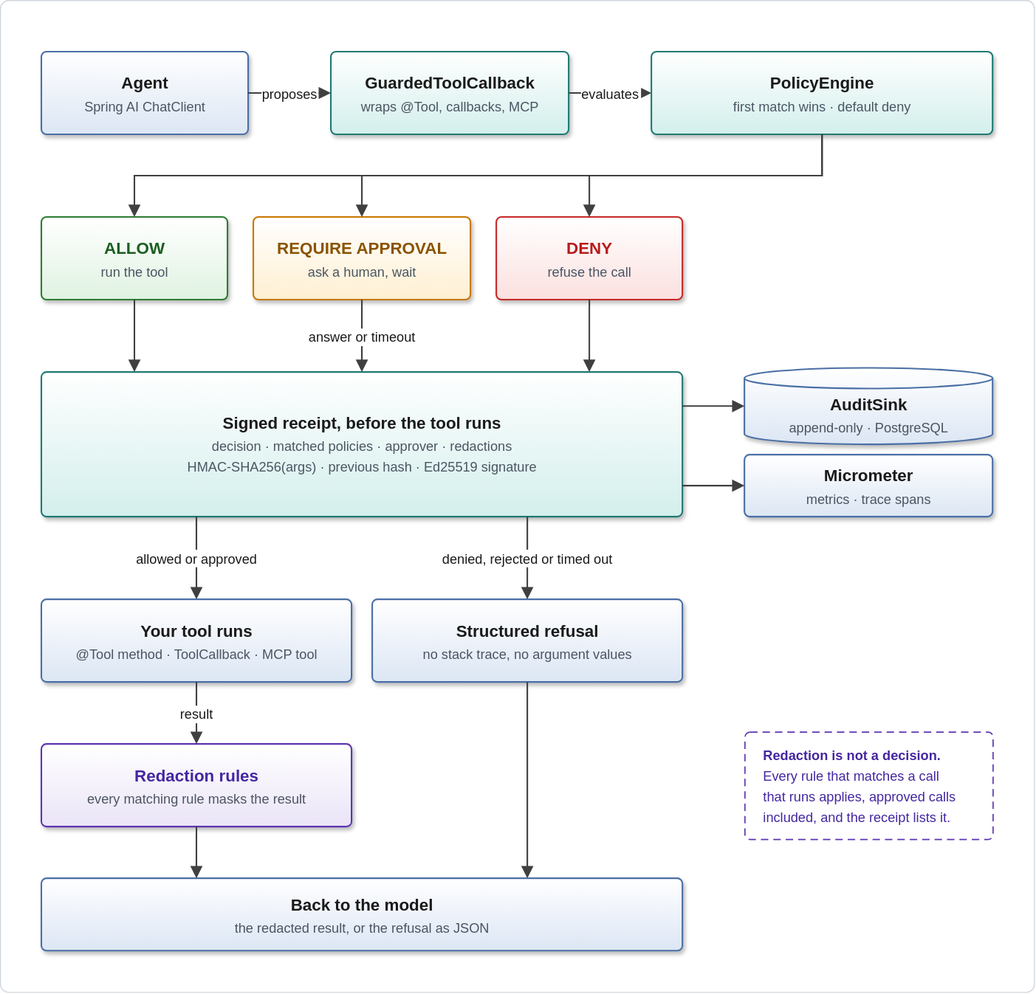
This is docs/images/tool-call-flow.drawio.svg from dvchinx/countersign, a draw.io export, as it was before one commit. Source tidied: cells renumbered, new cells last; positions are measured from the earlier drawing's top-left corner, leaving out a move shared by most shapes.
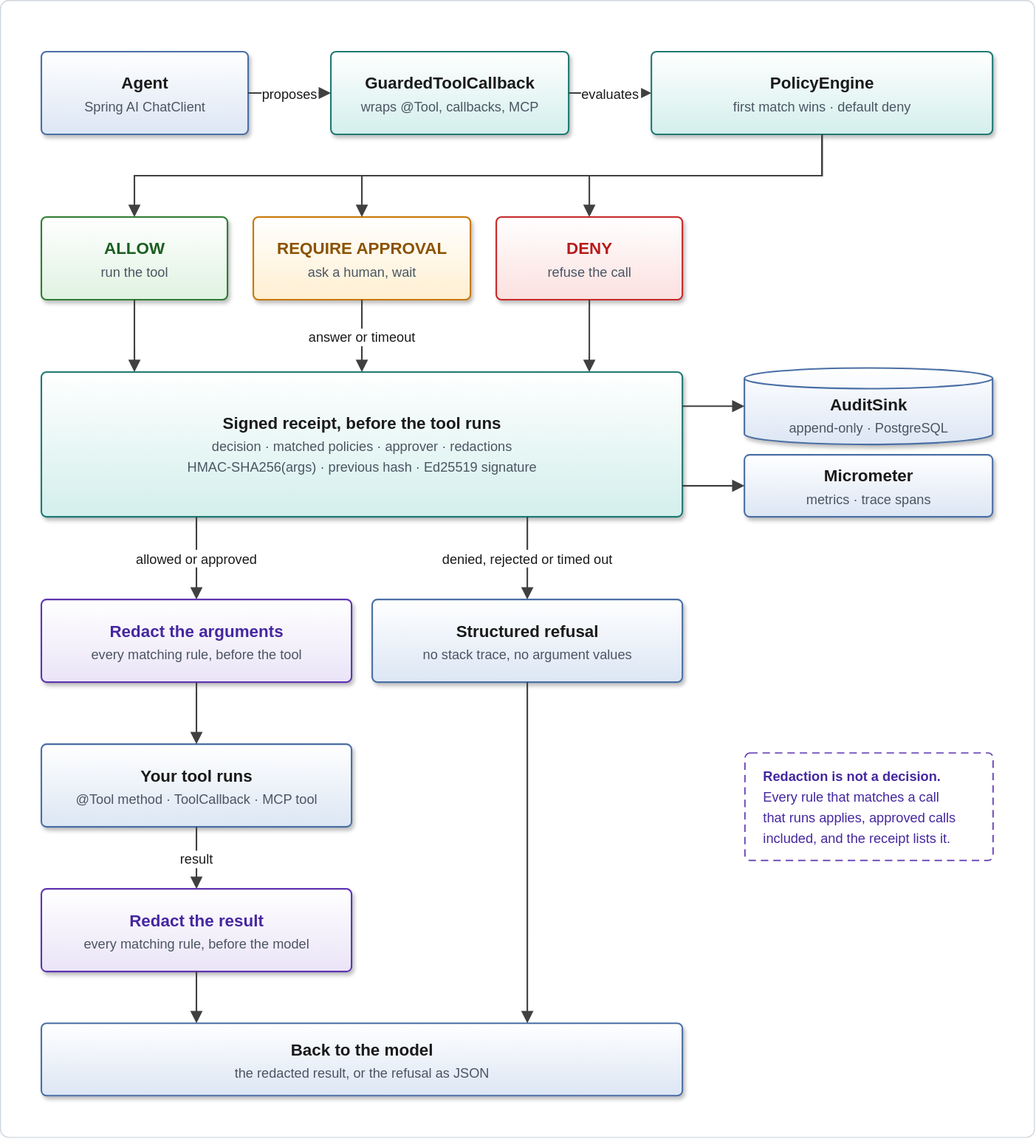
After the change.

Diff of the diagram source:
```diff
@@ -3,7 +3,7 @@
     <mxCell id="0" />
     <mxCell id="1" parent="0" />
     <mxCell id="2" style="rounded=1;absoluteArcSize=1;arcSize=16;fillColor=#FFFFFF;strokeColor=#D0D7DE;strokeWidth=1;html=0;" parent="1" vertex="1">
-      <mxGeometry width="1000" height="960" as="geometry" />
+      <mxGeometry width="1000" height="1100" as="geometry" />
     </mxCell>
     <mxCell id="3" style="rounded=1;absoluteArcSize=1;arcSize=10;dashed=0;fontSize=1;fillColor=#FFFFFF;strokeColor=#4A6FA5;strokeWidth=1.5;shadow=1;gradientColor=#DCE6F4;gradientDirection=south;html=0;" parent="1" vertex="1">
       <mxGeometry x="40" y="50" width="200" height="80" as="geometry" />
@@ -119,13 +119,13 @@
     <mxCell id="40" style="edgeStyle=orthogonalEdgeStyle;rounded=0;endArrow=block;endFill=1;endSize=8;strokeColor=#404040;strokeWidth=1.5;fontColor=#1A1A1A;fontSize=13;fontFamily=Helvetica;labelBackgroundColor=#FFFFFF;exitX=1.0000;exitY=0.7857;entryX=0.0000;entryY=0.5000;html=0;" parent="1" edge="1" source="26" target="36">
       <mxGeometry relative="1" as="geometry" />
     </mxCell>
-    <mxCell id="41" style="rounded=1;absoluteArcSize=1;arcSize=10;dashed=0;fontSize=1;fillColor=#FFFFFF;strokeColor=#4A6FA5;strokeWidth=1.5;shadow=1;gradientColor=#DCE6F4;gradientDirection=south;html=0;" parent="1" vertex="1">
+    <mxCell id="41" style="rounded=1;absoluteArcSize=1;arcSize=10;dashed=0;fontSize=1;fillColor=#FFFFFF;strokeColor=#5E35B1;strokeWidth=1.5;shadow=1;gradientColor=#EAE4F7;gradientDirection=south;html=0;" parent="1" vertex="1">
       <mxGeometry x="40" y="580" width="300" height="80" as="geometry" />
     </mxCell>
-    <mxCell id="42" value="Your tool runs" style="text;strokeColor=none;fillColor=none;fontColor=#1A1A1A;fontSize=16;fontStyle=1;fontFamily=Helvetica;align=center;verticalAlign=middle;html=0;" parent="1" vertex="1">
+    <mxCell id="42" value="Redact the arguments" style="text;strokeColor=none;fillColor=none;fontColor=#4527A0;fontSize=16;fontStyle=1;fontFamily=Helvetica;align=center;verticalAlign=middle;html=0;" parent="1" vertex="1">
       <mxGeometry x="40" y="598" width="300" height="22" as="geometry" />
     </mxCell>
-    <mxCell id="43" value="@Tool method · ToolCallback · MCP tool" style="text;strokeColor=none;fillColor=none;fontColor=#4B5563;fontSize=13;fontStyle=0;fontFamily=Helvetica;align=center;verticalAlign=middle;html=0;" parent="1" vertex="1">
+    <mxCell id="43" value="every matching rule, before the tool" style="text;strokeColor=none;fillColor=none;fontColor=#4B5563;fontSize=13;fontStyle=0;fontFamily=Helvetica;align=center;verticalAlign=middle;html=0;" parent="1" vertex="1">
       <mxGeometry x="40" y="622" width="300" height="20" as="geometry" />
     </mxCell>
     <mxCell id="44" style="rounded=1;absoluteArcSize=1;arcSize=10;dashed=0;fontSize=1;fillColor=#FFFFFF;strokeColor=#4A6FA5;strokeWidth=1.5;shadow=1;gradientColor=#DCE6F4;gradientDirection=south;html=0;" parent="1" vertex="1">
@@ -140,50 +140,62 @@
     <mxCell id="47" value="allowed or approved" style="edgeStyle=orthogonalEdgeStyle;rounded=0;endArrow=block;endFill=1;endSize=8;strokeColor=#404040;strokeWidth=1.5;fontColor=#1A1A1A;fontSize=13;fontFamily=Helvetica;labelBackgroundColor=#FFFFFF;exitX=0.2419;exitY=1.0000;entryX=0.5000;entryY=0.0000;html=0;" parent="1" edge="1" source="26" target="41">
       <mxGeometry relative="1" as="geometry" />
     </mxCell>
-    <mxCell id="48" value="denied, rejected or timed out" style="edgeStyle=orthogonalEdgeStyle;rounded=0;endArrow=block;endFill=1;endSize=8;strokeColor=#404040;strokeWidth=1.5;fontColor=#1A1A1A;fontSize=13;fontFamily=Helvetica;labelBackgroundColor=#FFFFFF;exitX=0.7581;exitY=1.0000;entryX=0.5000;entryY=0.0000;html=0;" parent="1" edge="1" source="26" target="44">
-      <mxGeometry relative="1" as="geometry" />
+    <mxCell id="48" style="rounded=1;absoluteArcSize=1;arcSize=10;dashed=0;fontSize=1;fillColor=#FFFFFF;strokeColor=#4A6FA5;strokeWidth=1.5;shadow=1;gradientColor=#DCE6F4;gradientDirection=south;html=0;" parent="1" vertex="1">
+      <mxGeometry x="40" y="720" width="300" height="80" as="geometry" />
     </mxCell>
-    <mxCell id="49" style="rounded=1;absoluteArcSize=1;arcSize=10;dashed=0;fontSize=1;fillColor=#FFFFFF;strokeColor=#5E35B1;strokeWidth=1.5;shadow=1;gradientColor=#EAE4F7;gradientDirection=south;html=0;" parent="1" vertex="1">
-      <mxGeometry x="40" y="720" width="300" height="80" as="geometry" />
+    <mxCell id="49" value="Your tool runs" style="text;strokeColor=none;fillColor=none;fontColor=#1A1A1A;fontSize=16;fontStyle=1;fontFamily=Helvetica;align=center;verticalAlign=middle;html=0;" parent="1" vertex="1">
+      <mxGeometry x="40" y="738" width="300" height="22" as="geometry" />
     </mxCell>
-    <mxCell id="50" value="Redaction rules" style="text;strokeColor=none;fillColor=none;fontColor=#4527A0;fontSize=16;fontStyle=1;fontFamily=Helvetica;align=center;verticalAlign=middle;html=0;" parent="1" vertex="1">
-      <mxGeometry x="40" y="738" width="300" height="22" as="geometry" />
+    <mxCell id="50" value="@Tool method · ToolCallback · MCP tool" style="text;strokeColor=none;fillColor=none;fontColor=#4B5563;fontSize=13;fontStyle=0;fontFamily=Helvetica;align=center;verticalAlign=middle;html=0;" parent="1" vertex="1">
+      <mxGeometry x="40" y="762" width="300" height="20" as="geometry" />
     </mxCell>
-    <mxCell id="51" value="every matching rule masks the result" style="text;strokeColor=none;fillColor=none;fontColor=#4B5563;fontSize=13;fontStyle=0;fontFamily=Helvetica;align=center;verticalAlign=middle;html=0;" parent="1" vertex="1">
-      <mxGeometry x="40" y="762" width="300" height="20" as="geometry" />
+    <mxCell id="51" style="edgeStyle=orthogonalEdgeStyle;rounded=0;endArrow=block;endFill=1;endSize=8;strokeColor=#404040;strokeWidth=1.5;fontColor=#1A1A1A;fontSize=13;fontFamily=Helvetica;labelBackgroundColor=#FFFFFF;exitX=0.5000;exitY=1.0000;entryX=0.5000;entryY=0.0000;html=0;" parent="1" edge="1" source="41" target="48">
+      <mxGeometry relative="1" as="geometry" />
     </mxCell>
-    <mxCell id="52" value="result" style="edgeStyle=orthogonalEdgeStyle;rounded=0;endArrow=block;endFill=1;endSize=8;strokeColor=#404040;strokeWidth=1.5;fontColor=#1A1A1A;fontSize=13;fontFamily=Helvetica;labelBackgroundColor=#FFFFFF;exitX=0.5000;exitY=1.0000;entryX=0.5000;entryY=0.0000;html=0;" parent="1" edge="1" source="41" target="49">
+    <mxCell id="52" value="denied, rejected or timed out" style="edgeStyle=orthogonalEdgeStyle;rounded=0;endArrow=block;endFill=1;endSize=8;strokeColor=#404040;strokeWidth=1.5;fontColor=#1A1A1A;fontSize=13;fontFamily=Helvetica;labelBackgroundColor=#FFFFFF;exitX=0.7581;exitY=1.0000;entryX=0.5000;entryY=0.0000;html=0;" parent="1" edge="1" source="26" target="44">
       <mxGeometry relative="1" as="geometry" />
     </mxCell>
-    <mxCell id="53" style="rounded=1;absoluteArcSize=1;arcSize=10;dashed=0;fontSize=1;fillColor=#FFFFFF;strokeColor=#4A6FA5;strokeWidth=1.5;shadow=1;gradientColor=#DCE6F4;gradientDirection=south;html=0;" parent="1" vertex="1">
-      <mxGeometry x="40" y="850" width="620" height="70" as="geometry" />
+    <mxCell id="53" style="rounded=1;absoluteArcSize=1;arcSize=10;dashed=0;fontSize=1;fillColor=#FFFFFF;strokeColor=#5E35B1;strokeWidth=1.5;shadow=1;gradientColor=#EAE4F7;gradientDirection=south;html=0;" parent="1" vertex="1">
+      <mxGeometry x="40" y="860" width="300" height="80" as="geometry" />
     </mxCell>
-    <mxCell id="54" value="Back to the model" style="text;strokeColor=none;fillColor=none;fontColor=#1A1A1A;fontSize=16;fontStyle=1;fontFamily=Helvetica;align=center;verticalAlign=middle;html=0;" parent="1" vertex="1">
-      <mxGeometry x="40" y="863" width="620" height="22" as="geometry" />
+    <mxCell id="54" value="Redact the result" style="text;strokeColor=none;fillColor=none;fontColor=#4527A0;fontSize=16;fontStyle=1;fontFamily=Helvetica;align=center;verticalAlign=middle;html=0;" parent="1" vertex="1">
+      <mxGeometry x="40" y="878" width="300" height="22" as="geometry" />
     </mxCell>
-    <mxCell id="55" value="the redacted result, or the refusal as JSON" style="text;strokeColor=none;fillColor=none;fontColor=#4B5563;fontSize=13;fontStyle=0;fontFamily=Helvetica;align=center;verticalAlign=middle;html=0;" parent="1" vertex="1">
-      <mxGeometry x="40" y="887" width="620" height="20" as="geometry" />
+    <mxCell id="55" value="every matching rule, before the model" style="text;strokeColor=none;fillColor=none;fontColor=#4B5563;fontSize=13;fontStyle=0;fontFamily=Helvetica;align=center;verticalAlign=middle;html=0;" parent="1" vertex="1">
+      <mxGeometry x="40" y="902" width="300" height="20" as="geometry" />
     </mxCell>
-    <mxCell id="56" style="edgeStyle=orthogonalEdgeStyle;rounded=0;endArrow=block;endFill=1;endSize=8;strokeColor=#404040;strokeWidth=1.5;fontColor=#1A1A1A;fontSize=13;fontFamily=Helvetica;labelBackgroundColor=#FFFFFF;exitX=0.5000;exitY=1.0000;entryX=0.2419;entryY=0.0000;html=0;" parent="1" edge="1" source="49" target="53">
+    <mxCell id="56" value="result" style="edgeStyle=orthogonalEdgeStyle;rounded=0;endArrow=block;endFill=1;endSize=8;strokeColor=#404040;strokeWidth=1.5;fontColor=#1A1A1A;fontSize=13;fontFamily=Helvetica;labelBackgroundColor=#FFFFFF;exitX=0.5000;exitY=1.0000;entryX=0.5000;entryY=0.0000;html=0;" parent="1" edge="1" source="48" target="53">
       <mxGeometry relative="1" as="geometry" />
     </mxCell>
-    <mxCell id="57" style="edgeStyle=orthogonalEdgeStyle;rounded=0;endArrow=block;endFill=1;endSize=8;strokeColor=#404040;strokeWidth=1.5;fontColor=#1A1A1A;fontSize=13;fontFamily=Helvetica;labelBackgroundColor=#FFFFFF;exitX=0.5000;exitY=1.0000;entryX=0.7581;entryY=0.0000;html=0;" parent="1" edge="1" source="44" target="53">
-      <mxGeometry relative="1" as="geometry" />
+    <mxCell id="57" style="rounded=1;absoluteArcSize=1;arcSize=10;dashed=0;fontSize=1;fillColor=#FFFFFF;strokeColor=#4A6FA5;strokeWidth=1.5;shadow=1;gradientColor=#DCE6F4;gradientDirection=south;html=0;" parent="1" vertex="1">
+      <mxGeometry x="40" y="990" width="620" height="70" as="geometry" />
     </mxCell>
-    <mxCell id="58" style="rounded=1;absoluteArcSize=1;arcSize=10;dashed=1;dashPattern=6 4;fontSize=1;fillColor=#FFFFFF;strokeColor=#5E35B1;strokeWidth=1.2;html=0;" parent="1" vertex="1">
-      <mxGeometry x="720" y="708" width="240" height="104" as="geometry" />
+    <mxCell id="58" value="Back to the model" style="text;strokeColor=none;fillColor=none;fontColor=#1A1A1A;fontSize=16;fontStyle=1;fontFamily=Helvetica;align=center;verticalAlign=middle;html=0;" parent="1" vertex="1">
+      <mxGeometry x="40" y="1003" width="620" height="22" as="geometry" />
     </mxCell>
-    <mxCell id="59" value="Redaction is not a decision." style="text;strokeColor=none;fillColor=none;fontColor=#4527A0;fontSize=13;fontStyle=1;fontFamily=Helvetica;align=left;verticalAlign=middle;html=0;" parent="1" vertex="1">
-      <mxGeometry x="736" y="720" width="212" height="20" as="geometry" />
+    <mxCell id="59" value="the redacted result, or the refusal as JSON" style="text;strokeColor=none;fillColor=none;fontColor=#4B5563;fontSize=13;fontStyle=0;fontFamily=Helvetica;align=center;verticalAlign=middle;html=0;" parent="1" vertex="1">
+      <mxGeometry x="40" y="1027" width="620" height="20" as="geometry" />
     </mxCell>
-    <mxCell id="60" value="Every rule that matches a call" style="text;strokeColor=none;fillColor=none;fontColor=#4527A0;fontSize=13;fontStyle=0;fontFamily=Helvetica;align=left;verticalAlign=middle;html=0;" parent="1" vertex="1">
-      <mxGeometry x="736" y="740" width="212" height="20" as="geometry" />
+    <mxCell id="60" style="edgeStyle=orthogonalEdgeStyle;rounded=0;endArrow=block;endFill=1;endSize=8;strokeColor=#404040;strokeWidth=1.5;fontColor=#1A1A1A;fontSize=13;fontFamily=Helvetica;labelBackgroundColor=#FFFFFF;exitX=0.5000;exitY=1.0000;entryX=0.2419;entryY=0.0000;html=0;" parent="1" edge="1" source="53" target="57">
+      <mxGeometry relative="1" as="geometry" />
     </mxCell>
-    <mxCell id="61" value="that runs applies, approved calls" style="text;strokeColor=none;fillColor=none;fontColor=#4527A0;fontSize=13;fontStyle=0;fontFamily=Helvetica;align=left;verticalAlign=middle;html=0;" parent="1" vertex="1">
-      <mxGeometry x="736" y="760" width="212" height="20" as="geometry" />
+    <mxCell id="61" style="edgeStyle=orthogonalEdgeStyle;rounded=0;endArrow=block;endFill=1;endSize=8;strokeColor=#404040;strokeWidth=1.5;fontColor=#1A1A1A;fontSize=13;fontFamily=Helvetica;labelBackgroundColor=#FFFFFF;exitX=0.5000;exitY=1.0000;entryX=0.7581;entryY=0.0000;html=0;" parent="1" edge="1" source="44" target="57">
+      <mxGeometry relative="1" as="geometry" />
     </mxCell>
-    <mxCell id="62" value="included, and the receipt lists it." style="text;strokeColor=none;fillColor=none;fontColor=#4527A0;fontSize=13;fontStyle=0;fontFamily=Helvetica;align=left;verticalAlign=middle;html=0;" parent="1" vertex="1">
-      <mxGeometry x="736" y="780" width="212" height="20" as="geometry" />
+    <mxCell id="62" style="rounded=1;absoluteArcSize=1;arcSize=10;dashed=1;dashPattern=6 4;fontSize=1;fillColor=#FFFFFF;strokeColor=#5E35B1;strokeWidth=1.2;html=0;" parent="1" vertex="1">
+      <mxGeometry x="720" y="728" width="240" height="104" as="geometry" />
     </mxCell>
+    <mxCell id="63" value="Redaction is not a decision." style="text;strokeColor=none;fillColor=none;fontColor=#4527A0;fontSize=13;fontStyle=1;fontFamily=Helvetica;align=left;verticalAlign=middle;html=0;" parent="1" vertex="1">
+      <mxGeometry x="736" y="740" width="212" height="20" as="geometry" />
+    </mxCell>
+    <mxCell id="64" value="Every rule that matches a call" style="text;strokeColor=none;fillColor=none;fontColor=#4527A0;fontSize=13;fontStyle=0;fontFamily=Helvetica;align=left;verticalAlign=middle;html=0;" parent="1" vertex="1">
+      <mxGeometry x="736" y="760" width="212" height="20" as="geometry" />
+    </mxCell>
+    <mxCell id="65" value="that runs applies, approved calls" style="text;strokeColor=none;fillColor=none;fontColor=#4527A0;fontSize=13;fontStyle=0;fontFamily=Helvetica;align=left;verticalAlign=middle;html=0;" parent="1" vertex="1">
+      <mxGeometry x="736" y="780" width="212" height="20" as="geometry" />
+    </mxCell>
+    <mxCell id="66" value="included, and the receipt lists it." style="text;strokeColor=none;fillColor=none;fontColor=#4527A0;fontSize=13;fontStyle=0;fontFamily=Helvetica;align=left;verticalAlign=middle;html=0;" parent="1" vertex="1">
+      <mxGeometry x="736" y="800" width="212" height="20" as="geometry" />
+    </mxCell>
   </root>
 </mxGraphModel>
```
